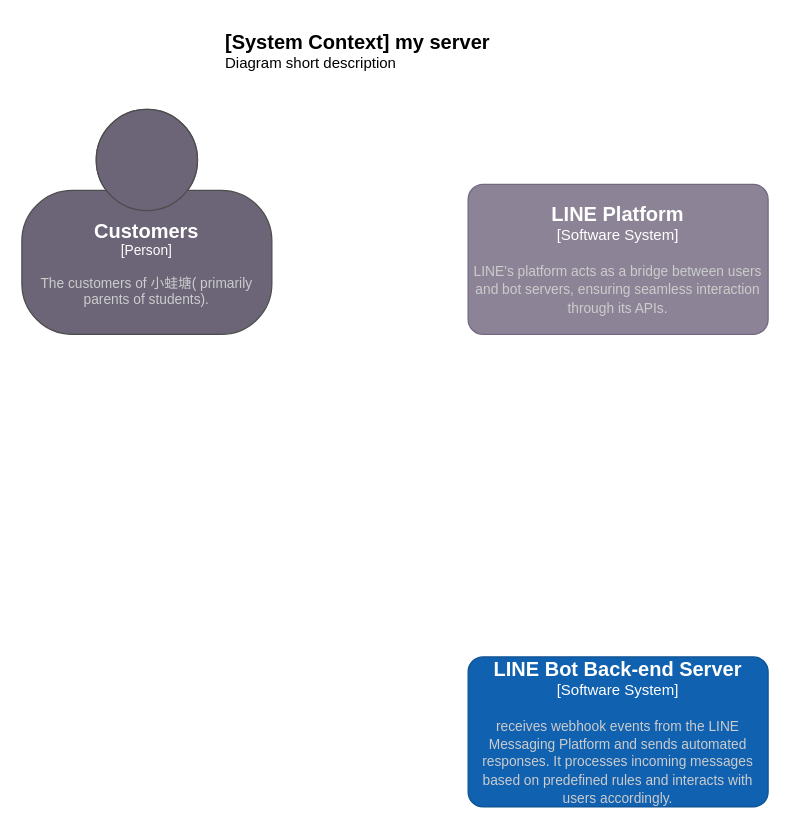
This is C4GraphicOfLINEBotServer.drawio from HananiahKao/C4Graphic, a draw.io file, before an edit. Source tidied: cells renumbered, new cells numbered last; positions are measured from the earlier drawing's top-left corner, leaving out a move shared by most shapes. Both pictures are drawn from the tidied source at 125%, with x=0, y=0 at pixel (21, 21).
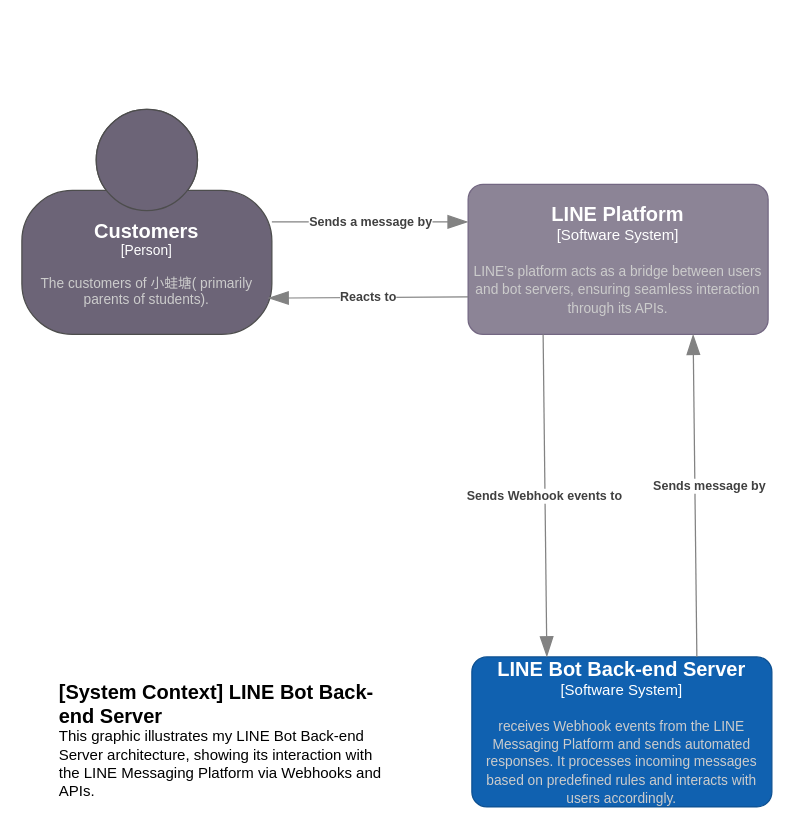
The same diagram, later.

The edit, as a diff of the source:
```diff
@@
 <mxGraphModel>
   <root>
     <mxCell id="0" />
     <mxCell id="1" parent="0" />
     <object id="2" label="&lt;font style=&quot;font-size: 16px&quot;&gt;&lt;b&gt;%c4Name%&lt;/b&gt;&lt;/font&gt;&lt;div&gt;[%c4Type%]&lt;/div&gt;&lt;br&gt;&lt;div&gt;&lt;font style=&quot;font-size: 11px&quot;&gt;&lt;font color=&quot;#cccccc&quot;&gt;%c4Description%&lt;/font&gt;&lt;/div&gt;" c4Description="The customers of 小蛙塘( primarily parents of students)." c4Name="Customers" c4Type="Person" placeholders="1">
       <mxCell style="html=1;fontSize=11;dashed=0;whiteSpace=wrap;fillColor=#6C6477;strokeColor=#4D4D4D;fontColor=#ffffff;shape=mxgraph.c4.person2;align=center;points=[[0.5,0,0],[1,0.5,0],[1,0.75,0],[0.75,1,0],[0.5,1,0],[0.25,1,0],[0,0.75,0],[0,0.5,0]];" parent="1" vertex="1">
         <mxGeometry y="70" width="200" height="180" as="geometry" />
       </mxCell>
     </object>
     <object id="3" label="&lt;font style=&quot;font-size: 16px&quot;&gt;&lt;b&gt;%c4Name%&lt;/b&gt;&lt;/font&gt;&lt;div&gt;[%c4Type%]&lt;/div&gt;&lt;br&gt;&lt;div&gt;&lt;font style=&quot;font-size: 11px&quot;&gt;&lt;font color=&quot;#cccccc&quot;&gt;%c4Description%&lt;/font&gt;&lt;/div&gt;" c4Description="LINE’s platform acts as a bridge between users and bot servers, ensuring seamless interaction through its APIs." c4Name="LINE Platform" c4Type="Software System" placeholders="1">
       <mxCell style="rounded=1;whiteSpace=wrap;html=1;labelBackgroundColor=none;fillColor=#8C8496;fontColor=#ffffff;align=center;arcSize=10;strokeColor=#736782;points=[[0.25,0,0],[0.5,0,0],[0.75,0,0],[1,0.25,0],[1,0.5,0],[1,0.75,0],[0.75,1,0],[0.5,1,0],[0.25,1,0],[0,0.75,0],[0,0.5,0],[0,0.25,0]];" parent="1" vertex="1">
         <mxGeometry x="357" y="130" width="240" height="120" as="geometry" />
       </mxCell>
     </object>
-    <object id="4" label="&lt;font style=&quot;font-size: 16px&quot;&gt;&lt;b&gt;%c4Name%&lt;/b&gt;&lt;/font&gt;&lt;div&gt;[%c4Type%]&lt;/div&gt;&lt;br&gt;&lt;div&gt;&lt;font style=&quot;font-size: 11px&quot;&gt;&lt;font color=&quot;#cccccc&quot;&gt;%c4Description%&lt;/font&gt;&lt;/div&gt;" c4Description="receives webhook events from the LINE Messaging Platform and sends automated responses. It processes incoming messages based on predefined rules and interacts with users accordingly." c4Name="LINE Bot Back-end Server" c4Type="Software System" placeholders="1">
+    <object id="4" label="&lt;font style=&quot;font-size: 16px&quot;&gt;&lt;b&gt;%c4Name%&lt;/b&gt;&lt;/font&gt;&lt;div&gt;[%c4Type%]&lt;/div&gt;&lt;br&gt;&lt;div&gt;&lt;font style=&quot;font-size: 11px&quot;&gt;&lt;font color=&quot;#cccccc&quot;&gt;%c4Description%&lt;/font&gt;&lt;/div&gt;" c4Description="receives Webhook events from the LINE Messaging Platform and sends automated responses. It processes incoming messages based on predefined rules and interacts with users accordingly." c4Name="LINE Bot Back-end Server" c4Type="Software System" placeholders="1">
       <mxCell style="rounded=1;whiteSpace=wrap;html=1;labelBackgroundColor=none;fillColor=#1061B0;fontColor=#ffffff;align=center;arcSize=10;strokeColor=#0D5091;points=[[0.25,0,0],[0.5,0,0],[0.75,0,0],[1,0.25,0],[1,0.5,0],[1,0.75,0],[0.75,1,0],[0.5,1,0],[0.25,1,0],[0,0.75,0],[0,0.5,0],[0,0.25,0]];" parent="1" vertex="1">
-        <mxGeometry x="357" y="508" width="240" height="120" as="geometry" />
+        <mxGeometry x="360" y="508" width="240" height="120" as="geometry" />
       </mxCell>
     </object>
-    <object id="5" label="&lt;font style=&quot;font-size: 16px&quot;&gt;&lt;b&gt;&lt;div style=&quot;text-align: left&quot;&gt;%c4Name%&lt;/div&gt;&lt;/b&gt;&lt;/font&gt;&lt;div style=&quot;text-align: left&quot;&gt;%c4Description%&lt;/div&gt;" c4Description="Diagram short description" c4Name="[System Context] my server" placeholders="1">
+    <object id="5" label="&lt;font style=&quot;font-size: 16px&quot;&gt;&lt;b&gt;&lt;div style=&quot;text-align: left&quot;&gt;%c4Name%&lt;/div&gt;&lt;/b&gt;&lt;/font&gt;&lt;div style=&quot;text-align: left&quot;&gt;%c4Description%&lt;/div&gt;" c4Description="This graphic illustrates my LINE Bot Back-end Server architecture, showing its interaction with the LINE Messaging Platform via Webhooks and APIs. " c4Name="[System Context] LINE Bot Back-end Server" placeholders="1">
       <mxCell style="text;html=1;strokeColor=none;fillColor=none;align=left;verticalAlign=top;whiteSpace=wrap;rounded=0;" parent="1" vertex="1">
-        <mxGeometry x="161" width="260" height="40" as="geometry" />
+        <mxGeometry x="28" y="520" width="260" height="33" as="geometry" />
       </mxCell>
     </object>
+    <object id="6" label="&lt;div style=&quot;text-align: left&quot;&gt;&lt;div style=&quot;text-align: center&quot;&gt;&lt;b&gt;%c4Description%&lt;/b&gt;&lt;/div&gt;" c4Description="Sends message by" placeholders="1">
+      <mxCell style="endArrow=blockThin;html=1;fontSize=10;fontColor=#404040;strokeWidth=1;endFill=1;strokeColor=#828282;elbow=vertical;endSize=14;startSize=14;jumpStyle=arc;jumpSize=16;rounded=1;curved=0;entryX=0.75;entryY=1;entryDx=0;entryDy=0;entryPerimeter=0;exitX=0.75;exitY=0;exitDx=0;exitDy=0;exitPerimeter=0;" parent="1" edge="1" source="4" target="3">
+        <mxGeometry x="0.06" y="-12" relative="1" as="geometry" />
+      </mxCell>
+    </object>
+    <object id="7" label="&lt;div style=&quot;text-align: left&quot;&gt;&lt;div style=&quot;text-align: center&quot;&gt;&lt;b&gt;%c4Description%&lt;/b&gt;&lt;/div&gt;" c4Description="Sends Webhook events to" placeholders="1">
+      <mxCell style="endArrow=blockThin;html=1;fontSize=10;fontColor=#404040;strokeWidth=1;endFill=1;strokeColor=#828282;elbow=vertical;endSize=14;startSize=14;jumpStyle=arc;jumpSize=16;rounded=0;exitX=0.25;exitY=1;exitDx=0;exitDy=0;exitPerimeter=0;entryX=0.25;entryY=0;entryDx=0;entryDy=0;entryPerimeter=0;" parent="1" edge="1" source="3" target="4">
+        <mxGeometry relative="1" as="geometry" />
+      </mxCell>
+    </object>
+    <object id="8" label="&lt;div style=&quot;text-align: left&quot;&gt;&lt;div style=&quot;text-align: center&quot;&gt;&lt;b&gt;%c4Description%&lt;/b&gt;&lt;/div&gt;" c4Description="Sends a message by" placeholders="1">
+      <mxCell style="endArrow=blockThin;html=1;fontSize=10;fontColor=#404040;strokeWidth=1;endFill=1;strokeColor=#828282;elbow=vertical;endSize=14;startSize=14;jumpStyle=arc;jumpSize=16;rounded=0;exitX=1;exitY=0.5;exitDx=0;exitDy=0;exitPerimeter=0;entryX=0;entryY=0.25;entryDx=0;entryDy=0;entryPerimeter=0;" parent="1" edge="1" source="2" target="3">
+        <mxGeometry relative="1" as="geometry" />
+      </mxCell>
+    </object>
+    <object id="9" label="&lt;div style=&quot;text-align: left&quot;&gt;&lt;div style=&quot;text-align: center&quot;&gt;&lt;b&gt;%c4Description%&lt;/b&gt;&lt;/div&gt;" c4Description="Reacts to" placeholders="1">
+      <mxCell style="endArrow=blockThin;html=1;fontSize=10;fontColor=#404040;strokeWidth=1;endFill=1;strokeColor=#828282;elbow=vertical;endSize=14;startSize=14;jumpStyle=arc;jumpSize=16;rounded=0;exitX=0;exitY=0.75;exitDx=0;exitDy=0;exitPerimeter=0;" parent="1" edge="1" source="3">
+        <mxGeometry relative="1" as="geometry">
+          <mxPoint x="197" y="221" as="targetPoint" />
+        </mxGeometry>
+      </mxCell>
+    </object>
   </root>
 </mxGraphModel>
```
